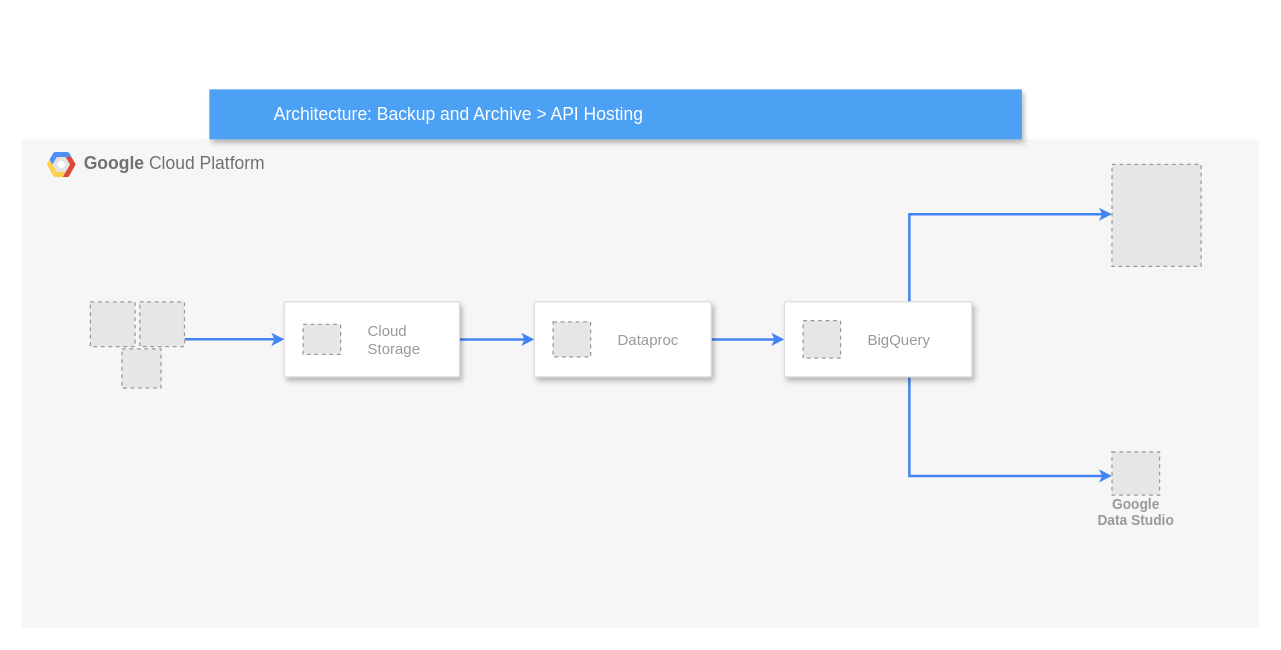
This is Diagramme sans nom.drawio from raouajaraib/Projet, a draw.io file, before an edit. Source tidied: cells renumbered, new cells numbered last; positions are measured from the earlier drawing's top-left corner, leaving out a move shared by most shapes. Both pictures are drawn from the tidied source at 125%, with x=0, y=0 at pixel (21, 89). Pictures stored in the file or linked from it are replaced by grey dashed boxes.
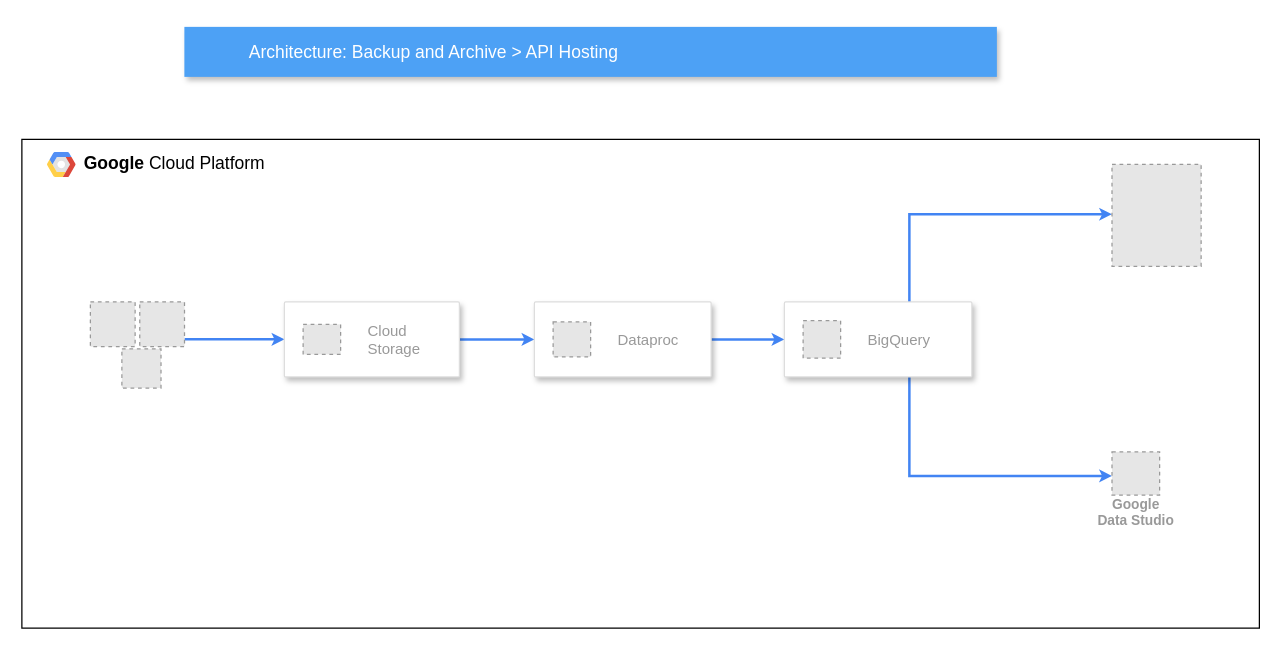
The same page after the edit.

Commit message:
Mettre à jour Diagramme sans nom.drawio

Diff of the diagram source:
```diff
@@
-    <mxCell id="2" value="&lt;b&gt;Google &lt;/b&gt;Cloud Platform" style="fillColor=#F6F6F6;strokeColor=none;shadow=0;gradientColor=none;fontSize=14;align=left;spacing=10;fontColor=#717171;9E9E9E;verticalAlign=top;spacingTop=-4;fontStyle=0;spacingLeft=40;html=1;" parent="1" vertex="1">
+    <mxCell id="2" value="&lt;b&gt;Google &lt;/b&gt;Cloud Platform" style="shadow=0;fontSize=14;align=left;spacing=10;9E9E9E;verticalAlign=top;spacingTop=-4;fontStyle=0;spacingLeft=40;html=1;" parent="1" vertex="1">
       <mxGeometry y="40" width="990" height="391" as="geometry" />
     </mxCell>
@@
     <mxCell id="20" value="Architecture: Backup and Archive &amp;gt; API Hosting" style="fillColor=#4DA1F5;strokeColor=none;shadow=1;gradientColor=none;fontSize=14;align=left;spacingLeft=50;fontColor=#ffffff;html=1;" parent="1" vertex="1">
-      <mxGeometry x="150" width="650" height="40" as="geometry" />
+      <mxGeometry x="130" y="-50" width="650" height="40" as="geometry" />
     </mxCell>
```
